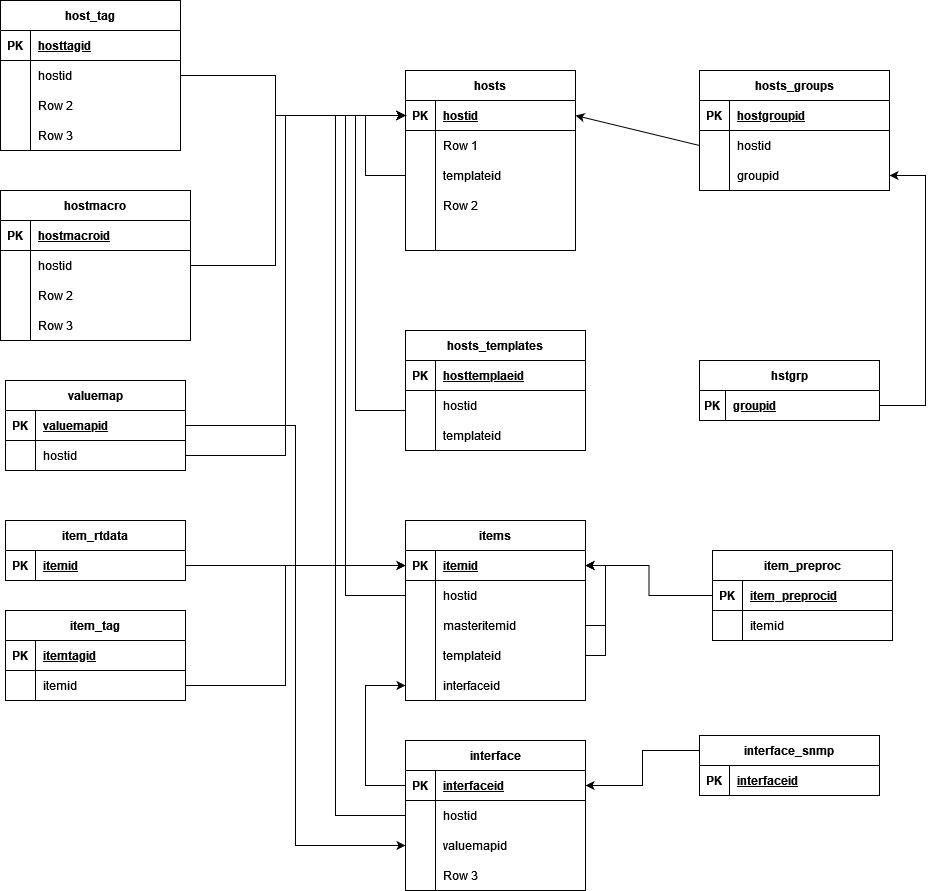
The draw.io diagram host.drawio.png in chunshanluo/diagram, before a commit. Source tidied: cells renumbered, new cells last; positions are measured from the earlier drawing's top-left corner, leaving out a move shared by most shapes.
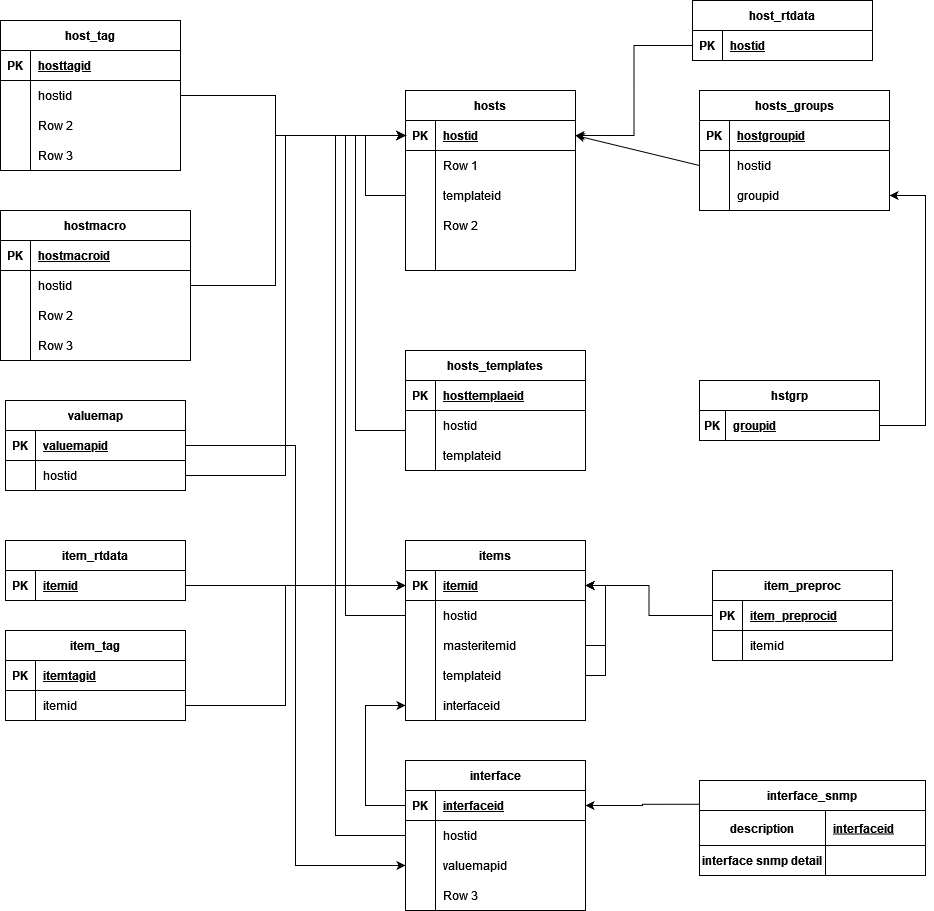
Above is the later version.

Change to the diagram source:
```diff
@@ -446,17 +446,26 @@
       <mxGeometry relative="1" as="geometry" />
     </mxCell>
     <mxCell id="131" value="interface_snmp" style="shape=table;startSize=30;rowLines=0;fontStyle=1;align=center;" parent="1" vertex="1">
-      <mxGeometry x="699" y="735" width="180" height="60" as="geometry" />
+      <mxGeometry x="699" y="760" width="226" height="95" as="geometry" />
     </mxCell>
     <mxCell id="132" style="shape=tableRow;horizontal=0;startSize=0;swimlaneHead=0;swimlaneBody=0;fillColor=none;top=0;left=0;right=0;bottom=1;" parent="131" vertex="1">
-      <mxGeometry y="30" width="180" height="30" as="geometry" />
+      <mxGeometry y="30" width="226" height="35" as="geometry" />
     </mxCell>
-    <mxCell id="133" value="PK" style="shape=partialRectangle;fillColor=none;top=0;left=0;bottom=0;right=0;fontStyle=1;overflow=hidden;" parent="132" vertex="1">
-      <mxGeometry width="30" height="30" as="geometry" />
+    <mxCell id="133" value="description" style="shape=partialRectangle;fillColor=none;top=0;left=0;bottom=0;right=0;fontStyle=1;overflow=hidden;" parent="132" vertex="1">
+      <mxGeometry width="126" height="35" as="geometry" />
     </mxCell>
     <mxCell id="134" value="interfaceid" style="shape=partialRectangle;fillColor=none;top=0;left=0;bottom=0;right=0;align=left;spacingLeft=6;fontStyle=5;overflow=hidden;" parent="132" vertex="1">
-      <mxGeometry x="30" width="150" height="30" as="geometry" />
+      <mxGeometry x="126" width="100" height="35" as="geometry" />
     </mxCell>
+    <mxCell id="143" style="shape=tableRow;horizontal=0;startSize=0;swimlaneHead=0;swimlaneBody=0;fillColor=none;top=0;left=0;right=0;bottom=1;" parent="131" vertex="1">
+      <mxGeometry y="65" width="226" height="30" as="geometry" />
+    </mxCell>
+    <mxCell id="144" value="interface snmp detail" style="shape=partialRectangle;fillColor=none;top=0;left=0;bottom=0;right=0;fontStyle=1;overflow=hidden;" parent="143" vertex="1">
+      <mxGeometry width="126" height="30" as="geometry" />
+    </mxCell>
+    <mxCell id="145" style="shape=partialRectangle;fillColor=none;top=0;left=0;bottom=0;right=0;align=left;spacingLeft=6;fontStyle=5;overflow=hidden;" parent="143" vertex="1">
+      <mxGeometry x="126" width="100" height="30" as="geometry" />
+    </mxCell>
     <mxCell id="135" style="edgeStyle=orthogonalEdgeStyle;rounded=0;jettySize=auto;html=1;exitX=0;exitY=0.5;exitDx=0;exitDy=0;entryX=1;entryY=0.25;entryDx=0;entryDy=0;" parent="1" edge="1" source="136" target="46">
       <mxGeometry relative="1" as="geometry" />
     </mxCell>
@@ -481,5 +490,20 @@
     <mxCell id="142" value="itemid" style="shape=partialRectangle;fillColor=none;top=0;left=0;bottom=0;right=0;align=left;spacingLeft=6;overflow=hidden;" parent="140" vertex="1">
       <mxGeometry x="30" width="150" height="30" as="geometry" />
     </mxCell>
+    <mxCell id="146" value="host_rtdata" style="shape=table;startSize=30;rowLines=0;fontStyle=1;align=center;" parent="1" vertex="1">
+      <mxGeometry x="692" y="-20" width="180" height="60" as="geometry" />
+    </mxCell>
+    <mxCell id="147" style="shape=tableRow;horizontal=0;startSize=0;swimlaneHead=0;swimlaneBody=0;fillColor=none;points=[[0,0.5],[1,0.5]];portConstraint=eastwest;top=0;left=0;right=0;bottom=1;" parent="146" vertex="1">
+      <mxGeometry y="30" width="180" height="30" as="geometry" />
+    </mxCell>
+    <mxCell id="148" value="PK" style="shape=partialRectangle;fillColor=none;top=0;left=0;bottom=0;right=0;fontStyle=1;overflow=hidden;" parent="147" vertex="1">
+      <mxGeometry width="30" height="30" as="geometry" />
+    </mxCell>
+    <mxCell id="149" value="hostid" style="shape=partialRectangle;fillColor=none;top=0;left=0;bottom=0;right=0;align=left;spacingLeft=6;fontStyle=5;overflow=hidden;" parent="147" vertex="1">
+      <mxGeometry x="30" width="150" height="30" as="geometry" />
+    </mxCell>
+    <mxCell id="150" style="edgeStyle=orthogonalEdgeStyle;rounded=0;jettySize=auto;html=1;exitX=0;exitY=0.5;exitDx=0;exitDy=0;entryX=1;entryY=0.5;entryDx=0;entryDy=0;" parent="1" edge="1" source="147" target="3">
+      <mxGeometry relative="1" as="geometry" />
+    </mxCell>
   </root>
 </mxGraphModel>
```
